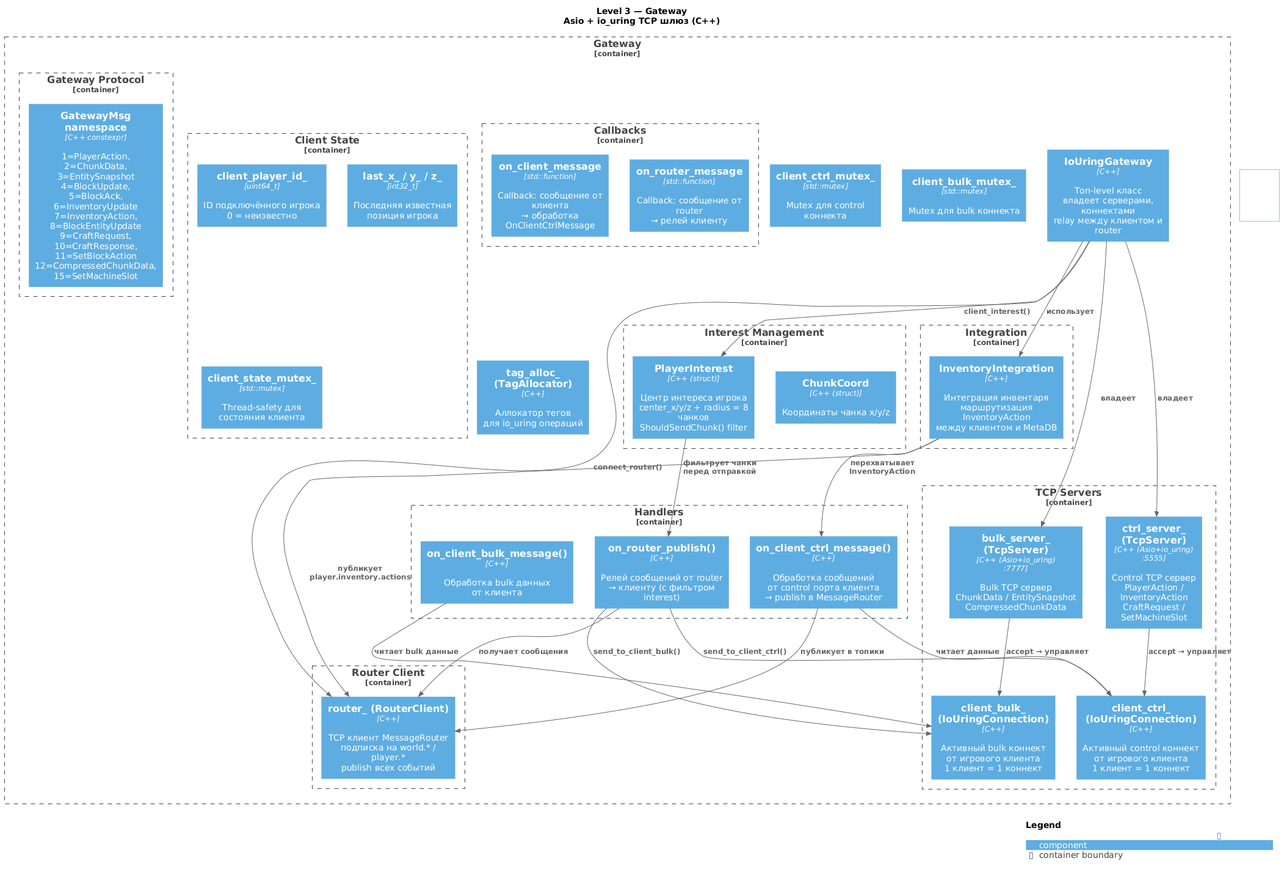
Before: doc/c4/GTNH-Platform-Gateway-Components-level3.png, a diagram exported from PlantUML (lexasub/gtnh-platform).
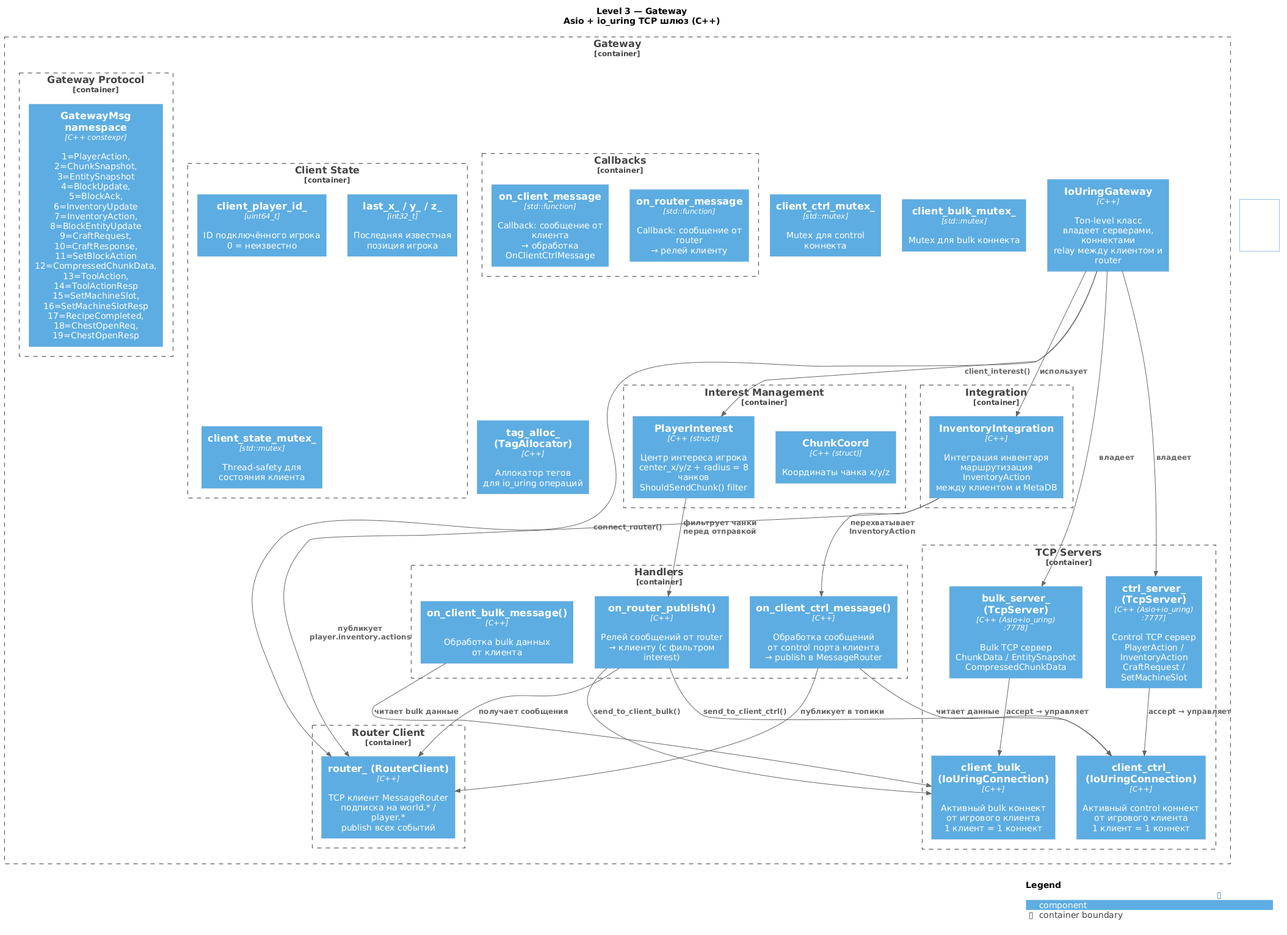
After the commit.

Change to the diagram source:
```diff
@@ -11,8 +11,8 @@
     Component(gw_core, "IoUringGateway", "C++", "Топ-level класс\nвладеет серверами, коннектами\nrelay между клиентом и router")
 
     Container_Boundary(servers, "TCP Servers") {
-        Component(ctrl_srv, "ctrl_server_ (TcpServer)", "C++ (Asio+io_uring)\n:5555", "Control TCP сервер\nPlayerAction / InventoryAction\nCraftRequest / SetMachineSlot")
-        Component(bulk_srv, "bulk_server_ (TcpServer)", "C++ (Asio+io_uring)\n:7777", "Bulk TCP сервер\nChunkData / EntitySnapshot\nCompressedChunkData")
+        Component(ctrl_srv, "ctrl_server_ (TcpServer)", "C++ (Asio+io_uring)\n:7777", "Control TCP сервер\nPlayerAction / InventoryAction\nCraftRequest / SetMachineSlot")
+        Component(bulk_srv, "bulk_server_ (TcpServer)", "C++ (Asio+io_uring)\n:7778", "Bulk TCP сервер\nChunkData / EntitySnapshot\nCompressedChunkData")
 
         Component(client_ctrl, "client_ctrl_ (IoUringConnection)", "C++", "Активный control коннект\nот игрового клиента\n1 клиент = 1 коннект")
         Component(client_bulk, "client_bulk_ (IoUringConnection)", "C++", "Активный bulk коннект\nот игрового клиента\n1 клиент = 1 коннект")
@@ -23,7 +23,7 @@
     }
 
     Container_Boundary(proto, "Gateway Protocol") {
-        Component(msg_types, "GatewayMsg namespace", "C++ constexpr", "1=PlayerAction, 2=ChunkData, 3=EntitySnapshot\n4=BlockUpdate, 5=BlockAck, 6=InventoryUpdate\n7=InventoryAction, 8=BlockEntityUpdate\n9=CraftRequest, 10=CraftResponse, 11=SetBlockAction\n12=CompressedChunkData, 15=SetMachineSlot")
+        Component(msg_types, "GatewayMsg namespace", "C++ constexpr", "1=PlayerAction, 2=ChunkSnapshot, 3=EntitySnapshot\n4=BlockUpdate, 5=BlockAck, 6=InventoryUpdate\n7=InventoryAction, 8=BlockEntityUpdate\n9=CraftRequest, 10=CraftResponse, 11=SetBlockAction\n12=CompressedChunkData, 13=ToolAction, 14=ToolActionResp\n15=SetMachineSlot, 16=SetMachineSlotResp\n17=RecipeCompleted, 18=ChestOpenReq, 19=ChestOpenResp")
     }
 
     Container_Boundary(interest, "Interest Management") {
```
